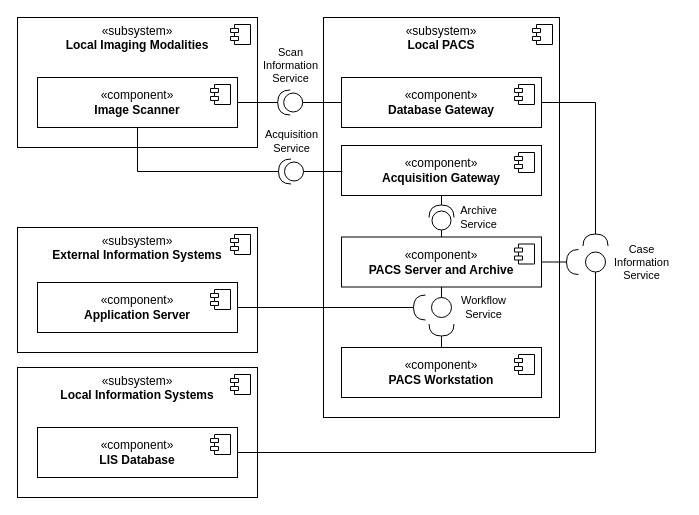
This is uml/thesis/medical-imaging-ecosystem-components.drawio from nilsroemertum/master-thesis, a draw.io file, before an edit. Source tidied: cells renumbered, new cells numbered last; positions are measured from the earlier drawing's top-left corner, leaving out a move shared by most shapes. Both pictures are drawn from the tidied source at 100%, with x=0, y=0 at pixel (17, 17).
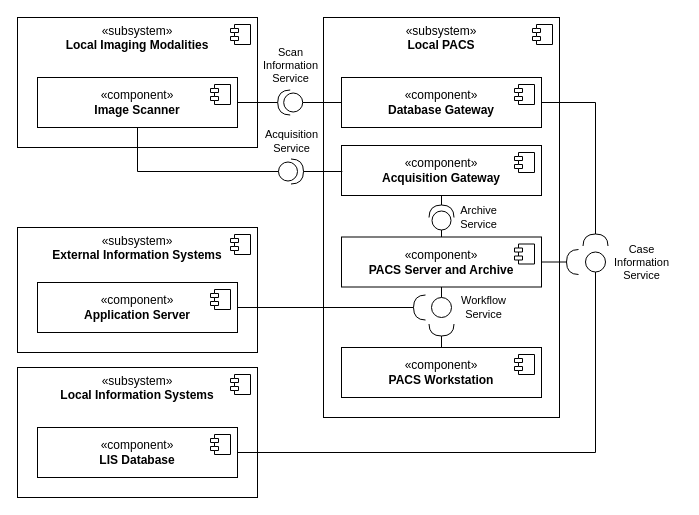
The same page after the edit.

Unchanged cells that the change refers to:
```xml
<mxCell id="24" value="«component&lt;span style=&quot;background-color: transparent; color: light-dark(rgb(0, 0, 0), rgb(255, 255, 255));&quot;&gt;»&lt;/span&gt;&lt;div&gt;&lt;b&gt;Image Scanner&lt;/b&gt;&lt;/div&gt;" style="html=1;whiteSpace=wrap;verticalAlign=middle;" parent="1" vertex="1">
  <mxGeometry x="20" y="60" width="200" height="50" as="geometry" />
</mxCell>
```

Diff of the diagram source:
```diff
@@
-    <mxCell id="44" style="shape=providedRequiredInterface;html=1;verticalLabelPosition=bottom;sketch=0;rotation=-180;" parent="1" vertex="1">
+    <mxCell id="44" style="shape=providedRequiredInterface;html=1;verticalLabelPosition=bottom;sketch=0;rotation=0;" parent="1" vertex="1">
       <mxGeometry x="261" y="141.5" width="25" height="25" as="geometry" />
     </mxCell>
-    <mxCell id="45" style="edgeStyle=orthogonalEdgeStyle;rounded=0;jettySize=auto;html=1;endArrow=none;startFill=0;exitX=0.5;exitY=1;exitDx=0;exitDy=0;entryX=1;entryY=0.5;entryDx=0;entryDy=0;entryPerimeter=0;" parent="1" edge="1" source="24" target="44">
+    <mxCell id="45" style="edgeStyle=orthogonalEdgeStyle;rounded=0;jettySize=auto;html=1;endArrow=none;startFill=0;exitX=0.5;exitY=1;exitDx=0;exitDy=0;entryX=0;entryY=0.5;entryDx=0;entryDy=0;entryPerimeter=0;" parent="1" edge="1" source="24" target="44">
       <mxGeometry relative="1" as="geometry">
         <Array as="points">
           <mxPoint x="120" y="154" />
         </Array>
       </mxGeometry>
     </mxCell>
@@
-    <mxCell id="47" style="edgeStyle=orthogonalEdgeStyle;rounded=0;jettySize=auto;html=1;endArrow=none;startFill=0;entryX=0;entryY=0.5;entryDx=0;entryDy=0;exitX=0;exitY=0.5;exitDx=0;exitDy=0;exitPerimeter=0;" parent="1" edge="1" source="44">
+    <mxCell id="47" style="edgeStyle=orthogonalEdgeStyle;rounded=0;jettySize=auto;html=1;endArrow=none;startFill=0;entryX=0;entryY=0.5;entryDx=0;entryDy=0;exitX=1;exitY=0.5;exitDx=0;exitDy=0;exitPerimeter=0;" parent="1" edge="1" source="44">
       <mxGeometry relative="1" as="geometry">
         <mxPoint x="324.8" y="154" as="targetPoint" />
       </mxGeometry>
     </mxCell>
```
